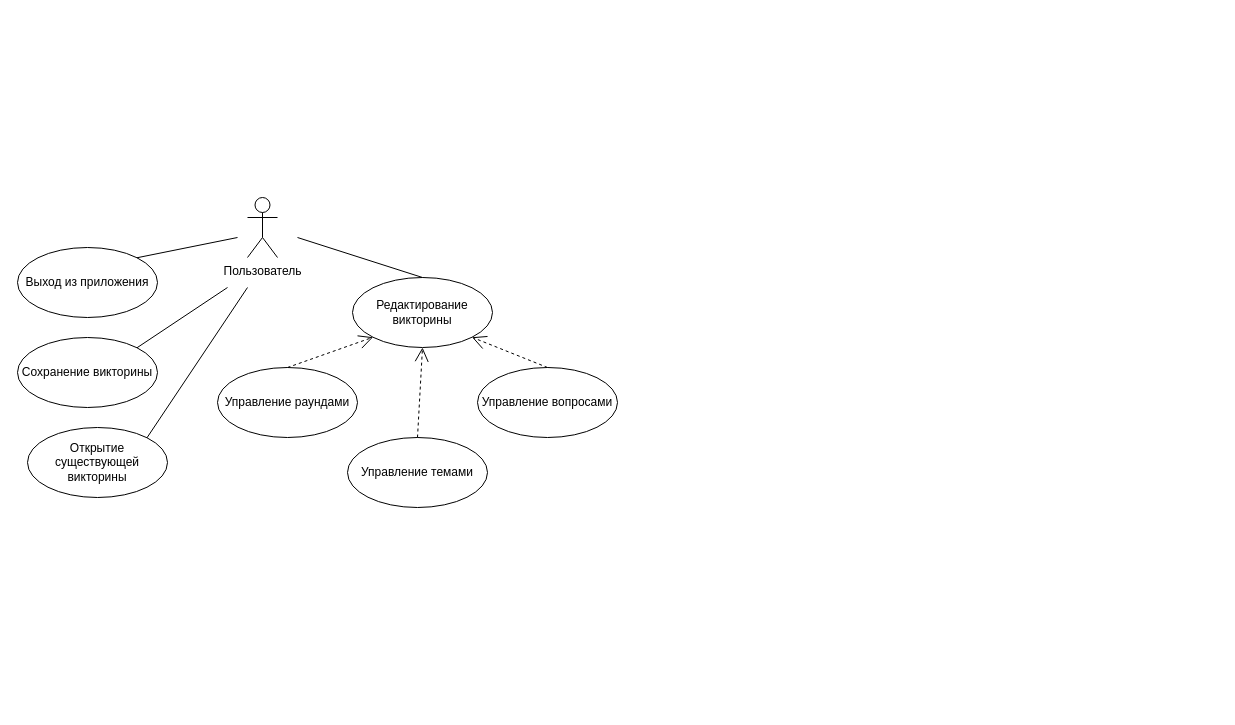
Before: Docs/attachments/use_case_model_test.drawio in Romich-Moroz/Jeopardy, a draw.io diagram. Source tidied: cells renumbered, new cells numbered last; positions are measured from the earlier drawing's top-left corner, leaving out a move shared by most shapes. Both pictures are drawn from the tidied source at 100%, with x=0, y=0 at pixel (17, 197).
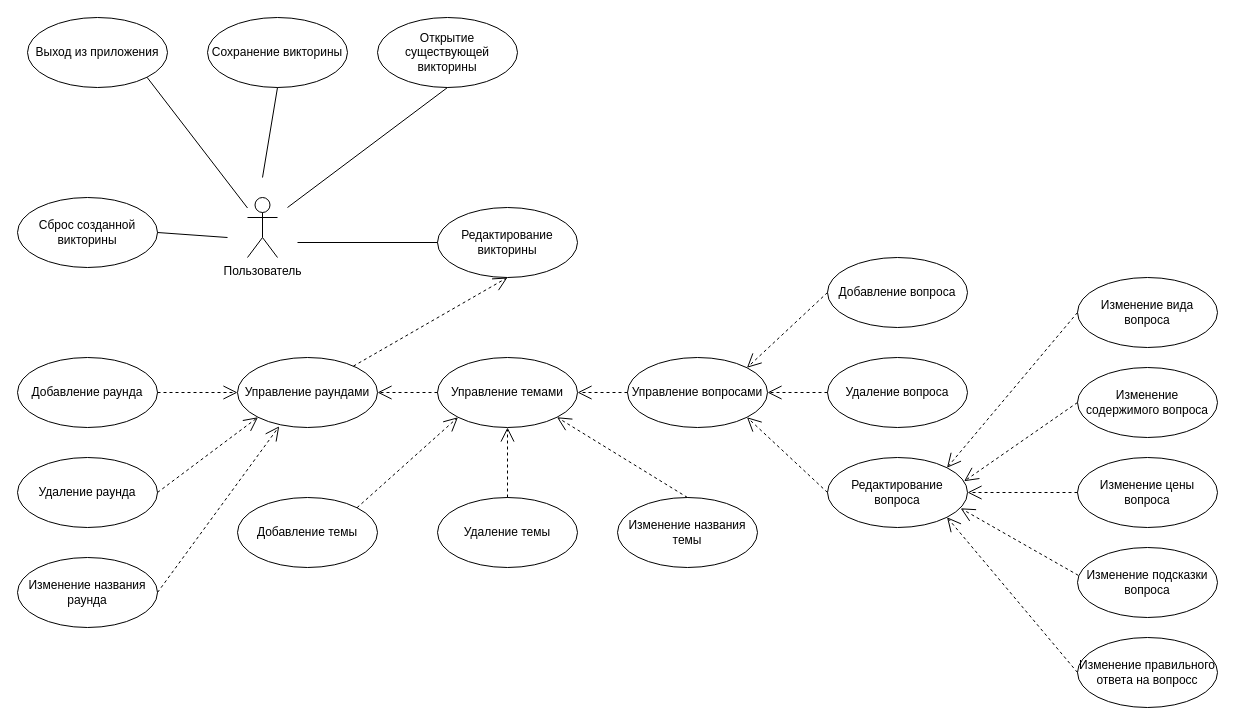
Above is the later version.

The change refers to these unchanged cells:
```xml
<mxCell id="2" value="Пользователь" style="shape=umlActor;verticalLabelPosition=bottom;verticalAlign=top;html=1;strokeWidth=1;" parent="1" vertex="1">
  <mxGeometry x="230" width="30" height="60" as="geometry" />
</mxCell>
```

What changed in the source:
```diff
@@
     <mxCell id="3" value="Выход из приложения" style="ellipse;whiteSpace=wrap;html=1;strokeWidth=1;" parent="1" vertex="1">
-      <mxGeometry y="50" width="140" height="70" as="geometry" />
+      <mxGeometry x="10" y="-180" width="140" height="70" as="geometry" />
     </mxCell>
-    <mxCell id="4" style="endArrow=none;html=1;exitX=1;exitY=0;exitDx=0;exitDy=0;" parent="1" edge="1" source="3">
-      <mxGeometry relative="1" as="geometry">
-        <mxPoint x="220" y="40" as="targetPoint" />
-      </mxGeometry>
+    <mxCell id="4" style="endArrow=none;html=1;exitX=1;exitY=1;exitDx=0;exitDy=0;" parent="1" edge="1" source="3" target="2">
+      <mxGeometry relative="1" as="geometry" />
     </mxCell>
     <mxCell id="5" value="Управление раундами" style="ellipse;whiteSpace=wrap;html=1;strokeWidth=1;" parent="1" vertex="1">
-      <mxGeometry x="200" y="170" width="140" height="70" as="geometry" />
+      <mxGeometry x="220" y="160" width="140" height="70" as="geometry" />
     </mxCell>
     <mxCell id="6" value="Управление темами" style="ellipse;whiteSpace=wrap;html=1;strokeWidth=1;" parent="1" vertex="1">
-      <mxGeometry x="330" y="240" width="140" height="70" as="geometry" />
+      <mxGeometry x="420" y="160" width="140" height="70" as="geometry" />
     </mxCell>
     <mxCell id="7" value="Управление вопросами" style="ellipse;whiteSpace=wrap;html=1;strokeWidth=1;" parent="1" vertex="1">
-      <mxGeometry x="460" y="170" width="140" height="70" as="geometry" />
+      <mxGeometry x="610" y="160" width="140" height="70" as="geometry" />
     </mxCell>
     <mxCell id="8" value="Редактирование викторины" style="ellipse;whiteSpace=wrap;html=1;strokeWidth=1;" parent="1" vertex="1">
-      <mxGeometry x="335" y="80" width="140" height="70" as="geometry" />
+      <mxGeometry x="420" y="10" width="140" height="70" as="geometry" />
     </mxCell>
     <mxCell id="9" value="Сохранение викторины" style="ellipse;whiteSpace=wrap;html=1;strokeWidth=1;" parent="1" vertex="1">
-      <mxGeometry y="140" width="140" height="70" as="geometry" />
+      <mxGeometry x="190" y="-180" width="140" height="70" as="geometry" />
     </mxCell>
     <mxCell id="10" value="Открытие существующей викторины" style="ellipse;whiteSpace=wrap;html=1;strokeWidth=1;" parent="1" vertex="1">
-      <mxGeometry x="10" y="230" width="140" height="70" as="geometry" />
+      <mxGeometry x="360" y="-180" width="140" height="70" as="geometry" />
     </mxCell>
-    <mxCell id="11" style="endArrow=none;html=1;exitX=1;exitY=0;exitDx=0;exitDy=0;" parent="1" edge="1" source="9">
+    <mxCell id="11" style="endArrow=none;html=1;exitX=0.5;exitY=1;exitDx=0;exitDy=0;" parent="1" edge="1" source="9">
       <mxGeometry relative="1" as="geometry">
-        <mxPoint x="210" y="90" as="targetPoint" />
+        <mxPoint x="245" y="-20" as="targetPoint" />
       </mxGeometry>
     </mxCell>
-    <mxCell id="12" style="endArrow=none;html=1;exitX=1;exitY=0;exitDx=0;exitDy=0;" parent="1" edge="1" source="10">
+    <mxCell id="12" style="endArrow=none;html=1;exitX=0.5;exitY=1;exitDx=0;exitDy=0;" parent="1" edge="1" source="10">
       <mxGeometry relative="1" as="geometry">
-        <mxPoint x="230" y="90" as="targetPoint" />
+        <mxPoint x="270" y="10" as="targetPoint" />
       </mxGeometry>
     </mxCell>
-    <mxCell id="13" style="endArrow=none;html=1;entryX=0.5;entryY=0;entryDx=0;entryDy=0;" parent="1" edge="1" target="8">
+    <mxCell id="13" style="endArrow=none;html=1;entryX=0;entryY=0.5;entryDx=0;entryDy=0;" parent="1" edge="1" target="8">
       <mxGeometry relative="1" as="geometry">
-        <mxPoint x="280" y="40" as="sourcePoint" />
+        <mxPoint x="280" y="45" as="sourcePoint" />
       </mxGeometry>
     </mxCell>
-    <mxCell id="14" style="endArrow=open;endSize=12;dashed=1;html=1;exitX=0.5;exitY=0;exitDx=0;exitDy=0;entryX=0;entryY=1;entryDx=0;entryDy=0;" parent="1" edge="1" source="5" target="8">
+    <mxCell id="14" style="endArrow=open;endSize=12;dashed=1;html=1;entryX=0.5;entryY=1;entryDx=0;entryDy=0;" parent="1" edge="1" source="5" target="8">
       <mxGeometry relative="1" as="geometry" />
     </mxCell>
-    <mxCell id="15" style="endArrow=open;endSize=12;dashed=1;html=1;exitX=0.5;exitY=0;exitDx=0;exitDy=0;entryX=1;entryY=1;entryDx=0;entryDy=0;" parent="1" edge="1" source="7" target="8">
-      <mxGeometry relative="1" as="geometry" />
-    </mxCell>
-    <mxCell id="16" style="endArrow=open;endSize=12;dashed=1;html=1;exitX=0.5;exitY=0;exitDx=0;exitDy=0;entryX=0.5;entryY=1;entryDx=0;entryDy=0;" parent="1" edge="1" source="6" target="8">
-      <mxGeometry relative="1" as="geometry" />
-    </mxCell>
+    <mxCell id="17" value="Добавление раунда" style="ellipse;whiteSpace=wrap;html=1;strokeWidth=1;" parent="1" vertex="1">
+      <mxGeometry y="160" width="140" height="70" as="geometry" />
+    </mxCell>
+    <mxCell id="18" value="Удаление раунда" style="ellipse;whiteSpace=wrap;html=1;strokeWidth=1;" parent="1" vertex="1">
+      <mxGeometry y="260" width="140" height="70" as="geometry" />
+    </mxCell>
+    <mxCell id="19" value="Сброс созданной викторины" style="ellipse;whiteSpace=wrap;html=1;strokeWidth=1;" parent="1" vertex="1">
+      <mxGeometry width="140" height="70" as="geometry" />
+    </mxCell>
+    <mxCell id="20" style="endArrow=none;html=1;exitX=1;exitY=0.5;exitDx=0;exitDy=0;" parent="1" edge="1" source="19">
+      <mxGeometry relative="1" as="geometry">
+        <mxPoint x="210" y="40" as="targetPoint" />
+      </mxGeometry>
+    </mxCell>
+    <mxCell id="21" value="Изменение названия раунда" style="ellipse;whiteSpace=wrap;html=1;strokeWidth=1;" parent="1" vertex="1">
+      <mxGeometry y="360" width="140" height="70" as="geometry" />
+    </mxCell>
+    <mxCell id="22" style="endArrow=open;endSize=12;dashed=1;html=1;entryX=0;entryY=0.5;entryDx=0;entryDy=0;exitX=1;exitY=0.5;exitDx=0;exitDy=0;" parent="1" edge="1" source="17" target="5">
+      <mxGeometry relative="1" as="geometry" />
+    </mxCell>
+    <mxCell id="23" style="endArrow=open;endSize=12;dashed=1;html=1;entryX=0;entryY=1;entryDx=0;entryDy=0;exitX=1;exitY=0.5;exitDx=0;exitDy=0;" parent="1" edge="1" source="18" target="5">
+      <mxGeometry relative="1" as="geometry" />
+    </mxCell>
+    <mxCell id="24" style="endArrow=open;endSize=12;dashed=1;html=1;entryX=0.298;entryY=0.983;entryDx=0;entryDy=0;exitX=1;exitY=0.5;exitDx=0;exitDy=0;entryPerimeter=0;" parent="1" edge="1" source="21" target="5">
+      <mxGeometry relative="1" as="geometry" />
+    </mxCell>
+    <mxCell id="25" style="endArrow=open;endSize=12;dashed=1;html=1;entryX=1;entryY=0.5;entryDx=0;entryDy=0;exitX=0;exitY=0.5;exitDx=0;exitDy=0;" parent="1" edge="1" source="6" target="5">
+      <mxGeometry relative="1" as="geometry" />
+    </mxCell>
+    <mxCell id="26" value="Добавление темы" style="ellipse;whiteSpace=wrap;html=1;strokeWidth=1;" parent="1" vertex="1">
+      <mxGeometry x="220" y="300" width="140" height="70" as="geometry" />
+    </mxCell>
+    <mxCell id="27" value="Удаление темы" style="ellipse;whiteSpace=wrap;html=1;strokeWidth=1;" parent="1" vertex="1">
+      <mxGeometry x="420" y="300" width="140" height="70" as="geometry" />
+    </mxCell>
+    <mxCell id="28" value="Изменение названия темы" style="ellipse;whiteSpace=wrap;html=1;strokeWidth=1;" parent="1" vertex="1">
+      <mxGeometry x="600" y="300" width="140" height="70" as="geometry" />
+    </mxCell>
+    <mxCell id="29" style="endArrow=open;endSize=12;dashed=1;html=1;entryX=0;entryY=1;entryDx=0;entryDy=0;exitX=1;exitY=0;exitDx=0;exitDy=0;" parent="1" edge="1" source="26" target="6">
+      <mxGeometry relative="1" as="geometry" />
+    </mxCell>
+    <mxCell id="30" style="endArrow=open;endSize=12;dashed=1;html=1;entryX=0.5;entryY=1;entryDx=0;entryDy=0;exitX=0.5;exitY=0;exitDx=0;exitDy=0;" parent="1" edge="1" source="27" target="6">
+      <mxGeometry relative="1" as="geometry" />
+    </mxCell>
+    <mxCell id="31" style="endArrow=open;endSize=12;dashed=1;html=1;entryX=1;entryY=1;entryDx=0;entryDy=0;exitX=0.5;exitY=0;exitDx=0;exitDy=0;" parent="1" edge="1" source="28" target="6">
+      <mxGeometry relative="1" as="geometry" />
+    </mxCell>
+    <mxCell id="32" style="endArrow=open;endSize=12;dashed=1;html=1;entryX=1;entryY=0.5;entryDx=0;entryDy=0;exitX=0;exitY=0.5;exitDx=0;exitDy=0;" parent="1" edge="1" source="7" target="6">
+      <mxGeometry relative="1" as="geometry" />
+    </mxCell>
+    <mxCell id="33" value="Добавление вопроса" style="ellipse;whiteSpace=wrap;html=1;strokeWidth=1;" parent="1" vertex="1">
+      <mxGeometry x="810" y="60" width="140" height="70" as="geometry" />
+    </mxCell>
+    <mxCell id="34" value="Удаление вопроса" style="ellipse;whiteSpace=wrap;html=1;strokeWidth=1;" parent="1" vertex="1">
+      <mxGeometry x="810" y="160" width="140" height="70" as="geometry" />
+    </mxCell>
+    <mxCell id="35" value="Редактирование вопроса" style="ellipse;whiteSpace=wrap;html=1;strokeWidth=1;" parent="1" vertex="1">
+      <mxGeometry x="810" y="260" width="140" height="70" as="geometry" />
+    </mxCell>
+    <mxCell id="36" style="endArrow=open;endSize=12;dashed=1;html=1;entryX=1;entryY=0;entryDx=0;entryDy=0;exitX=0;exitY=0.5;exitDx=0;exitDy=0;" parent="1" edge="1" source="33" target="7">
+      <mxGeometry relative="1" as="geometry" />
+    </mxCell>
+    <mxCell id="37" style="endArrow=open;endSize=12;dashed=1;html=1;entryX=1;entryY=0.5;entryDx=0;entryDy=0;exitX=0;exitY=0.5;exitDx=0;exitDy=0;" parent="1" edge="1" source="34" target="7">
+      <mxGeometry relative="1" as="geometry" />
+    </mxCell>
+    <mxCell id="38" style="endArrow=open;endSize=12;dashed=1;html=1;entryX=1;entryY=1;entryDx=0;entryDy=0;exitX=0;exitY=0.5;exitDx=0;exitDy=0;" parent="1" edge="1" source="35" target="7">
+      <mxGeometry relative="1" as="geometry" />
+    </mxCell>
+    <mxCell id="39" value="Изменение вида вопроса" style="ellipse;whiteSpace=wrap;html=1;strokeWidth=1;" parent="1" vertex="1">
+      <mxGeometry x="1060" y="80" width="140" height="70" as="geometry" />
+    </mxCell>
+    <mxCell id="40" value="Изменение содержимого вопроса" style="ellipse;whiteSpace=wrap;html=1;strokeWidth=1;" parent="1" vertex="1">
+      <mxGeometry x="1060" y="170" width="140" height="70" as="geometry" />
+    </mxCell>
+    <mxCell id="41" value="Изменение цены вопроса" style="ellipse;whiteSpace=wrap;html=1;strokeWidth=1;" parent="1" vertex="1">
+      <mxGeometry x="1060" y="260" width="140" height="70" as="geometry" />
+    </mxCell>
+    <mxCell id="42" value="Изменение подсказки вопроса" style="ellipse;whiteSpace=wrap;html=1;strokeWidth=1;" parent="1" vertex="1">
+      <mxGeometry x="1060" y="350" width="140" height="70" as="geometry" />
+    </mxCell>
+    <mxCell id="43" value="Изменение правильного ответа на вопросс" style="ellipse;whiteSpace=wrap;html=1;strokeWidth=1;" parent="1" vertex="1">
+      <mxGeometry x="1060" y="440" width="140" height="70" as="geometry" />
+    </mxCell>
+    <mxCell id="44" style="endArrow=open;endSize=12;dashed=1;html=1;entryX=1;entryY=0;entryDx=0;entryDy=0;exitX=0;exitY=0.5;exitDx=0;exitDy=0;" parent="1" edge="1" source="39" target="35">
+      <mxGeometry relative="1" as="geometry" />
+    </mxCell>
+    <mxCell id="45" style="endArrow=open;endSize=12;dashed=1;html=1;entryX=0.976;entryY=0.339;entryDx=0;entryDy=0;exitX=0;exitY=0.5;exitDx=0;exitDy=0;entryPerimeter=0;" parent="1" edge="1" source="40" target="35">
+      <mxGeometry relative="1" as="geometry" />
+    </mxCell>
+    <mxCell id="46" style="endArrow=open;endSize=12;dashed=1;html=1;entryX=1;entryY=0.5;entryDx=0;entryDy=0;exitX=0;exitY=0.5;exitDx=0;exitDy=0;" parent="1" edge="1" source="41" target="35">
+      <mxGeometry relative="1" as="geometry" />
+    </mxCell>
+    <mxCell id="47" style="endArrow=open;endSize=12;dashed=1;html=1;entryX=0.951;entryY=0.726;entryDx=0;entryDy=0;exitX=0.006;exitY=0.398;exitDx=0;exitDy=0;entryPerimeter=0;exitPerimeter=0;" parent="1" edge="1" source="42" target="35">
+      <mxGeometry relative="1" as="geometry" />
+    </mxCell>
+    <mxCell id="48" style="endArrow=open;endSize=12;dashed=1;html=1;entryX=1;entryY=1;entryDx=0;entryDy=0;exitX=0;exitY=0.5;exitDx=0;exitDy=0;" parent="1" edge="1" source="43" target="35">
+      <mxGeometry relative="1" as="geometry" />
+    </mxCell>
```
